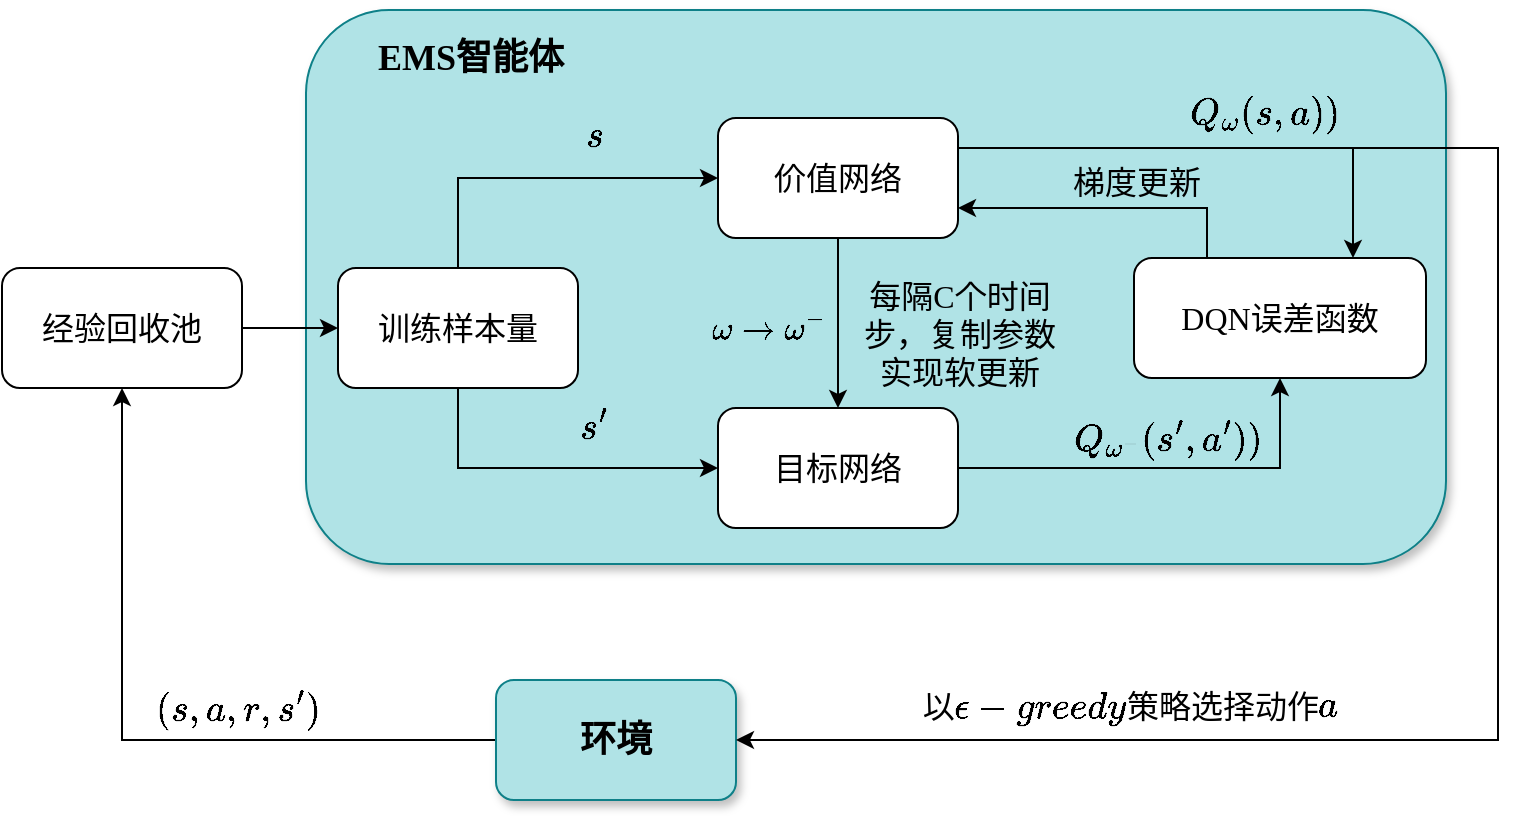
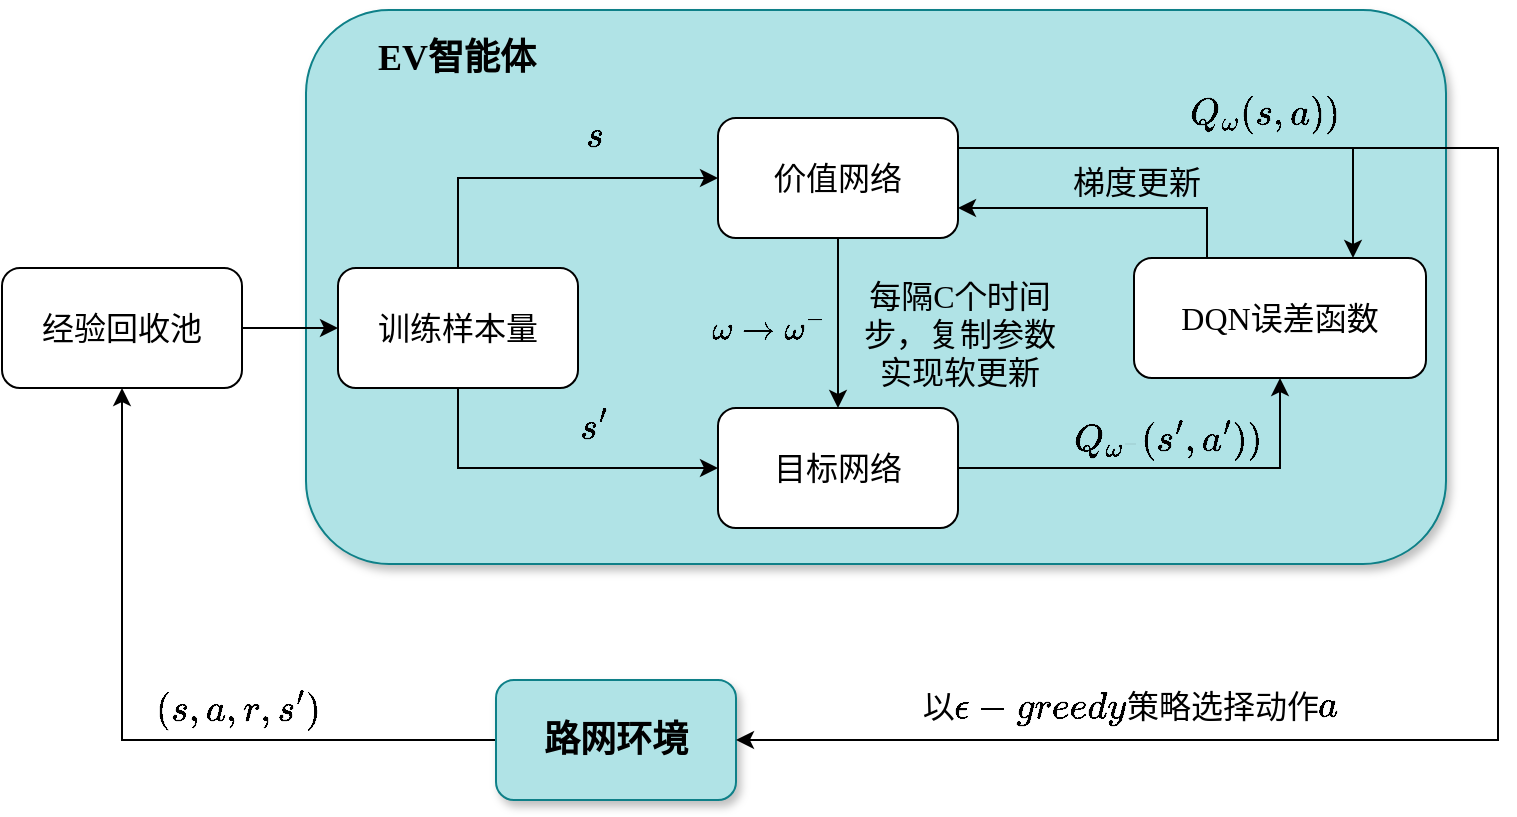
- <mxfile host="app.diagrams.net" agent="Mozilla/5.0 (Windows NT 10.0; Win64; x64) AppleWebKit/537.36 (KHTML, like Gecko) Chrome/135.0.0.0 Safari/537.36" version="26.2.14">
+ <mxfile host="app.diagrams.net" agent="Mozilla/5.0 (Windows NT 10.0; Win64; x64) AppleWebKit/537.36 (KHTML, like Gecko) Chrome/147.0.0.0 Safari/537.36" version="29.3.3">
  <diagram name="Page-1" id="RAVXwbhznxUkLN6Yk3Jf">
-     <mxGraphModel dx="1789" dy="1123" grid="0" gridSize="10" guides="1" tooltips="1" connect="1" arrows="1" fold="1" page="0" pageScale="1" pageWidth="850" pageHeight="1100" math="1" shadow="0">
+     <mxGraphModel dx="1820" dy="1110" grid="0" gridSize="10" guides="1" tooltips="1" connect="1" arrows="1" fold="1" page="0" pageScale="1" pageWidth="850" pageHeight="1100" math="1" shadow="0">
      <root>
        <mxCell id="0" />
        <mxCell id="1" parent="0" />
-         <mxCell id="GGjMn6qALw72xlHJH-n7-1" value="" style="rounded=1;whiteSpace=wrap;html=1;fillStyle=auto;fillColor=#b0e3e6;strokeColor=#0e8088;shadow=1;" parent="1" vertex="1">
-           <mxGeometry x="-176" y="-233" width="570" height="277" as="geometry" />
+         <mxCell id="GGjMn6qALw72xlHJH-n7-1" parent="1" style="rounded=1;whiteSpace=wrap;html=1;fillStyle=auto;fillColor=#b0e3e6;strokeColor=#0e8088;shadow=1;" value="" vertex="1">
+           <mxGeometry height="277" width="570" x="-176" y="-233" as="geometry" />
        </mxCell>
-         <mxCell id="5l3IJHximAr6t7apTjkR-28" style="edgeStyle=orthogonalEdgeStyle;rounded=0;orthogonalLoop=1;jettySize=auto;html=1;exitX=1;exitY=0.5;exitDx=0;exitDy=0;entryX=0;entryY=0.5;entryDx=0;entryDy=0;" parent="1" source="5l3IJHximAr6t7apTjkR-1" target="5l3IJHximAr6t7apTjkR-3" edge="1">
+         <mxCell id="5l3IJHximAr6t7apTjkR-28" edge="1" parent="1" source="5l3IJHximAr6t7apTjkR-1" style="edgeStyle=orthogonalEdgeStyle;rounded=0;orthogonalLoop=1;jettySize=auto;html=1;exitX=1;exitY=0.5;exitDx=0;exitDy=0;entryX=0;entryY=0.5;entryDx=0;entryDy=0;" target="5l3IJHximAr6t7apTjkR-3">
          <mxGeometry relative="1" as="geometry" />
        </mxCell>
-         <mxCell id="5l3IJHximAr6t7apTjkR-1" value="&lt;font face=&quot;JetBrains Mono&quot; data-font-src=&quot;https://fonts.googleapis.com/css?family=JetBrains+Mono&quot; style=&quot;font-size: 16px;&quot;&gt;经验回收池&lt;/font&gt;" style="rounded=1;whiteSpace=wrap;html=1;" parent="1" vertex="1">
-           <mxGeometry x="-328" y="-104" width="120" height="60" as="geometry" />
+         <mxCell id="5l3IJHximAr6t7apTjkR-1" parent="1" style="rounded=1;whiteSpace=wrap;html=1;" value="&lt;font face=&quot;JetBrains Mono&quot; data-font-src=&quot;https://fonts.googleapis.com/css?family=JetBrains+Mono&quot; style=&quot;font-size: 16px;&quot;&gt;经验回收池&lt;/font&gt;" vertex="1">
+           <mxGeometry height="60" width="120" x="-328" y="-104" as="geometry" />
        </mxCell>
-         <mxCell id="5l3IJHximAr6t7apTjkR-10" style="edgeStyle=orthogonalEdgeStyle;rounded=0;orthogonalLoop=1;jettySize=auto;html=1;exitX=0;exitY=0.5;exitDx=0;exitDy=0;entryX=0.5;entryY=1;entryDx=0;entryDy=0;" parent="1" source="5l3IJHximAr6t7apTjkR-2" target="5l3IJHximAr6t7apTjkR-1" edge="1">
+         <mxCell id="5l3IJHximAr6t7apTjkR-10" edge="1" parent="1" source="5l3IJHximAr6t7apTjkR-2" style="edgeStyle=orthogonalEdgeStyle;rounded=0;orthogonalLoop=1;jettySize=auto;html=1;exitX=0;exitY=0.5;exitDx=0;exitDy=0;entryX=0.5;entryY=1;entryDx=0;entryDy=0;" target="5l3IJHximAr6t7apTjkR-1">
          <mxGeometry relative="1" as="geometry" />
        </mxCell>
-         <mxCell id="5l3IJHximAr6t7apTjkR-2" value="&lt;font face=&quot;JetBrains Mono&quot; data-font-src=&quot;https://fonts.googleapis.com/css?family=Jetbrain&quot; style=&quot;color: light-dark(rgb(0, 0, 0), rgb(237, 237, 237)); font-size: 18px;&quot;&gt;&lt;b style=&quot;&quot;&gt;环境&lt;/b&gt;&lt;/font&gt;" style="rounded=1;whiteSpace=wrap;html=1;fillColor=#b0e3e6;strokeColor=#0e8088;shadow=1;glass=0;" parent="1" vertex="1">
-           <mxGeometry x="-81" y="102" width="120" height="60" as="geometry" />
+         <mxCell id="5l3IJHximAr6t7apTjkR-2" parent="1" style="rounded=1;whiteSpace=wrap;html=1;fillColor=#b0e3e6;strokeColor=#0e8088;shadow=1;glass=0;" value="&lt;font face=&quot;JetBrains Mono&quot; data-font-src=&quot;https://fonts.googleapis.com/css?family=Jetbrain&quot; style=&quot;color: light-dark(rgb(0, 0, 0), rgb(237, 237, 237)); font-size: 18px;&quot;&gt;&lt;b style=&quot;&quot;&gt;路网环境&lt;/b&gt;&lt;/font&gt;" vertex="1">
+           <mxGeometry height="60" width="120" x="-81" y="102" as="geometry" />
        </mxCell>
-         <mxCell id="5l3IJHximAr6t7apTjkR-30" style="edgeStyle=orthogonalEdgeStyle;rounded=0;orthogonalLoop=1;jettySize=auto;html=1;exitX=0.5;exitY=0;exitDx=0;exitDy=0;entryX=0;entryY=0.5;entryDx=0;entryDy=0;" parent="1" source="5l3IJHximAr6t7apTjkR-3" target="5l3IJHximAr6t7apTjkR-29" edge="1">
+         <mxCell id="5l3IJHximAr6t7apTjkR-30" edge="1" parent="1" source="5l3IJHximAr6t7apTjkR-3" style="edgeStyle=orthogonalEdgeStyle;rounded=0;orthogonalLoop=1;jettySize=auto;html=1;exitX=0.5;exitY=0;exitDx=0;exitDy=0;entryX=0;entryY=0.5;entryDx=0;entryDy=0;" target="5l3IJHximAr6t7apTjkR-29">
          <mxGeometry relative="1" as="geometry" />
        </mxCell>
-         <mxCell id="5l3IJHximAr6t7apTjkR-31" style="edgeStyle=orthogonalEdgeStyle;rounded=0;orthogonalLoop=1;jettySize=auto;html=1;exitX=0.5;exitY=1;exitDx=0;exitDy=0;entryX=0;entryY=0.5;entryDx=0;entryDy=0;" parent="1" source="5l3IJHximAr6t7apTjkR-3" target="5l3IJHximAr6t7apTjkR-4" edge="1">
+         <mxCell id="5l3IJHximAr6t7apTjkR-31" edge="1" parent="1" source="5l3IJHximAr6t7apTjkR-3" style="edgeStyle=orthogonalEdgeStyle;rounded=0;orthogonalLoop=1;jettySize=auto;html=1;exitX=0.5;exitY=1;exitDx=0;exitDy=0;entryX=0;entryY=0.5;entryDx=0;entryDy=0;" target="5l3IJHximAr6t7apTjkR-4">
          <mxGeometry relative="1" as="geometry" />
        </mxCell>
-         <mxCell id="5l3IJHximAr6t7apTjkR-3" value="&lt;font face=&quot;JetBrains Mono&quot;&gt;&lt;span style=&quot;font-size: 16px;&quot;&gt;训练样本量&lt;/span&gt;&lt;/font&gt;" style="rounded=1;whiteSpace=wrap;html=1;" parent="1" vertex="1">
-           <mxGeometry x="-160" y="-104" width="120" height="60" as="geometry" />
+         <mxCell id="5l3IJHximAr6t7apTjkR-3" parent="1" style="rounded=1;whiteSpace=wrap;html=1;" value="&lt;font face=&quot;JetBrains Mono&quot;&gt;&lt;span style=&quot;font-size: 16px;&quot;&gt;训练样本量&lt;/span&gt;&lt;/font&gt;" vertex="1">
+           <mxGeometry height="60" width="120" x="-160" y="-104" as="geometry" />
        </mxCell>
-         <mxCell id="5l3IJHximAr6t7apTjkR-37" style="edgeStyle=orthogonalEdgeStyle;rounded=0;orthogonalLoop=1;jettySize=auto;html=1;exitX=1;exitY=0.5;exitDx=0;exitDy=0;entryX=0.5;entryY=1;entryDx=0;entryDy=0;" parent="1" source="5l3IJHximAr6t7apTjkR-4" target="5l3IJHximAr6t7apTjkR-5" edge="1">
+         <mxCell id="5l3IJHximAr6t7apTjkR-37" edge="1" parent="1" source="5l3IJHximAr6t7apTjkR-4" style="edgeStyle=orthogonalEdgeStyle;rounded=0;orthogonalLoop=1;jettySize=auto;html=1;exitX=1;exitY=0.5;exitDx=0;exitDy=0;entryX=0.5;entryY=1;entryDx=0;entryDy=0;" target="5l3IJHximAr6t7apTjkR-5">
          <mxGeometry relative="1" as="geometry" />
        </mxCell>
-         <mxCell id="5l3IJHximAr6t7apTjkR-4" value="&lt;span style=&quot;font-size: 16px;&quot;&gt;&lt;font data-font-src=&quot;https://fonts.googleapis.com/css?family=JetBrains+Mono&quot; face=&quot;JetBrains Mono&quot;&gt;目标网络&lt;/font&gt;&lt;/span&gt;" style="rounded=1;whiteSpace=wrap;html=1;" parent="1" vertex="1">
-           <mxGeometry x="30" y="-34" width="120" height="60" as="geometry" />
+         <mxCell id="5l3IJHximAr6t7apTjkR-4" parent="1" style="rounded=1;whiteSpace=wrap;html=1;" value="&lt;span style=&quot;font-size: 16px;&quot;&gt;&lt;font data-font-src=&quot;https://fonts.googleapis.com/css?family=JetBrains+Mono&quot; face=&quot;JetBrains Mono&quot;&gt;目标网络&lt;/font&gt;&lt;/span&gt;" vertex="1">
+           <mxGeometry height="60" width="120" x="30" y="-34" as="geometry" />
        </mxCell>
-         <mxCell id="5l3IJHximAr6t7apTjkR-5" value="&lt;font data-font-src=&quot;https://fonts.googleapis.com/css?family=JetBrains+Mono&quot; face=&quot;JetBrains Mono&quot;&gt;&lt;span style=&quot;font-size: 16px;&quot;&gt;DQN误差函数&lt;/span&gt;&lt;/font&gt;" style="rounded=1;whiteSpace=wrap;html=1;fontFamily=Jetbrain;fontSource=https%3A%2F%2Ffonts.googleapis.com%2Fcss%3Ffamily%3DJetbrain;" parent="1" vertex="1">
-           <mxGeometry x="238" y="-109" width="146" height="60" as="geometry" />
+         <mxCell id="5l3IJHximAr6t7apTjkR-5" parent="1" style="rounded=1;whiteSpace=wrap;html=1;fontFamily=Jetbrain;fontSource=https%3A%2F%2Ffonts.googleapis.com%2Fcss%3Ffamily%3DJetbrain;" value="&lt;font data-font-src=&quot;https://fonts.googleapis.com/css?family=JetBrains+Mono&quot; face=&quot;JetBrains Mono&quot;&gt;&lt;span style=&quot;font-size: 16px;&quot;&gt;DQN误差函数&lt;/span&gt;&lt;/font&gt;" vertex="1">
+           <mxGeometry height="60" width="146" x="238" y="-109" as="geometry" />
        </mxCell>
-         <mxCell id="5l3IJHximAr6t7apTjkR-18" value="$$(s,a,r,s&#39;)$$" style="text;html=1;align=center;verticalAlign=middle;whiteSpace=wrap;rounded=0;fontSize=16;" parent="1" vertex="1">
-           <mxGeometry x="-240" y="102" width="60" height="30" as="geometry" />
+         <mxCell id="5l3IJHximAr6t7apTjkR-18" parent="1" style="text;html=1;align=center;verticalAlign=middle;whiteSpace=wrap;rounded=0;fontSize=16;" value="$$(s,a,r,s&#39;)$$" vertex="1">
+           <mxGeometry height="30" width="60" x="-240" y="102" as="geometry" />
        </mxCell>
-         <mxCell id="5l3IJHximAr6t7apTjkR-19" value="&lt;font&gt;$$s$$&lt;/font&gt;" style="text;html=1;align=center;verticalAlign=middle;whiteSpace=wrap;rounded=0;fontSize=16;" parent="1" vertex="1">
-           <mxGeometry x="-62" y="-185" width="60" height="30" as="geometry" />
+         <mxCell id="5l3IJHximAr6t7apTjkR-19" parent="1" style="text;html=1;align=center;verticalAlign=middle;whiteSpace=wrap;rounded=0;fontSize=16;" value="&lt;font&gt;$$s$$&lt;/font&gt;" vertex="1">
+           <mxGeometry height="30" width="60" x="-62" y="-185" as="geometry" />
        </mxCell>
-         <mxCell id="5l3IJHximAr6t7apTjkR-20" value="&lt;font style=&quot;font-size: 16px;&quot; data-font-src=&quot;https://fonts.googleapis.com/css?family=JetBrains+Mono&quot; face=&quot;JetBrains Mono&quot;&gt;梯度更新&lt;/font&gt;" style="text;html=1;align=center;verticalAlign=middle;whiteSpace=wrap;rounded=0;" parent="1" vertex="1">
-           <mxGeometry x="195" y="-162" width="89" height="30" as="geometry" />
+         <mxCell id="5l3IJHximAr6t7apTjkR-20" parent="1" style="text;html=1;align=center;verticalAlign=middle;whiteSpace=wrap;rounded=0;" value="&lt;font style=&quot;font-size: 16px;&quot; data-font-src=&quot;https://fonts.googleapis.com/css?family=JetBrains+Mono&quot; face=&quot;JetBrains Mono&quot;&gt;梯度更新&lt;/font&gt;" vertex="1">
+           <mxGeometry height="30" width="89" x="195" y="-162" as="geometry" />
        </mxCell>
-         <mxCell id="5l3IJHximAr6t7apTjkR-24" value="以\(\epsilon-greedy\)策略选择动作\(a\)" style="text;html=1;align=center;verticalAlign=middle;whiteSpace=wrap;rounded=0;fontSize=16;" parent="1" vertex="1">
-           <mxGeometry x="121" y="90" width="231" height="49" as="geometry" />
+         <mxCell id="5l3IJHximAr6t7apTjkR-24" parent="1" style="text;html=1;align=center;verticalAlign=middle;whiteSpace=wrap;rounded=0;fontSize=16;" value="以\(\epsilon-greedy\)策略选择动作\(a\)" vertex="1">
+           <mxGeometry height="49" width="231" x="121" y="90" as="geometry" />
        </mxCell>
-         <mxCell id="5l3IJHximAr6t7apTjkR-33" style="edgeStyle=orthogonalEdgeStyle;rounded=0;orthogonalLoop=1;jettySize=auto;html=1;exitX=0.25;exitY=0;exitDx=0;exitDy=0;entryX=1;entryY=0.75;entryDx=0;entryDy=0;" parent="1" source="5l3IJHximAr6t7apTjkR-5" target="5l3IJHximAr6t7apTjkR-29" edge="1">
+         <mxCell id="5l3IJHximAr6t7apTjkR-33" edge="1" parent="1" source="5l3IJHximAr6t7apTjkR-5" style="edgeStyle=orthogonalEdgeStyle;rounded=0;orthogonalLoop=1;jettySize=auto;html=1;exitX=0.25;exitY=0;exitDx=0;exitDy=0;entryX=1;entryY=0.75;entryDx=0;entryDy=0;" target="5l3IJHximAr6t7apTjkR-29">
          <mxGeometry relative="1" as="geometry" />
        </mxCell>
-         <mxCell id="5l3IJHximAr6t7apTjkR-34" style="edgeStyle=orthogonalEdgeStyle;rounded=0;orthogonalLoop=1;jettySize=auto;html=1;exitX=1;exitY=0.25;exitDx=0;exitDy=0;entryX=0.75;entryY=0;entryDx=0;entryDy=0;" parent="1" source="5l3IJHximAr6t7apTjkR-29" target="5l3IJHximAr6t7apTjkR-5" edge="1">
+         <mxCell id="5l3IJHximAr6t7apTjkR-34" edge="1" parent="1" source="5l3IJHximAr6t7apTjkR-29" style="edgeStyle=orthogonalEdgeStyle;rounded=0;orthogonalLoop=1;jettySize=auto;html=1;exitX=1;exitY=0.25;exitDx=0;exitDy=0;entryX=0.75;entryY=0;entryDx=0;entryDy=0;" target="5l3IJHximAr6t7apTjkR-5">
          <mxGeometry relative="1" as="geometry" />
        </mxCell>
-         <mxCell id="5l3IJHximAr6t7apTjkR-35" style="edgeStyle=orthogonalEdgeStyle;rounded=0;orthogonalLoop=1;jettySize=auto;html=1;exitX=0.5;exitY=1;exitDx=0;exitDy=0;entryX=0.5;entryY=0;entryDx=0;entryDy=0;" parent="1" source="5l3IJHximAr6t7apTjkR-29" target="5l3IJHximAr6t7apTjkR-4" edge="1">
+         <mxCell id="5l3IJHximAr6t7apTjkR-35" edge="1" parent="1" source="5l3IJHximAr6t7apTjkR-29" style="edgeStyle=orthogonalEdgeStyle;rounded=0;orthogonalLoop=1;jettySize=auto;html=1;exitX=0.5;exitY=1;exitDx=0;exitDy=0;entryX=0.5;entryY=0;entryDx=0;entryDy=0;" target="5l3IJHximAr6t7apTjkR-4">
          <mxGeometry relative="1" as="geometry" />
        </mxCell>
-         <mxCell id="5l3IJHximAr6t7apTjkR-29" value="&lt;span style=&quot;font-size: 16px;&quot;&gt;&lt;font data-font-src=&quot;https://fonts.googleapis.com/css?family=JetBrains+Mono&quot; face=&quot;JetBrains Mono&quot;&gt;价值网络&lt;/font&gt;&lt;/span&gt;" style="rounded=1;whiteSpace=wrap;html=1;" parent="1" vertex="1">
-           <mxGeometry x="30" y="-179" width="120" height="60" as="geometry" />
+         <mxCell id="5l3IJHximAr6t7apTjkR-29" parent="1" style="rounded=1;whiteSpace=wrap;html=1;" value="&lt;span style=&quot;font-size: 16px;&quot;&gt;&lt;font data-font-src=&quot;https://fonts.googleapis.com/css?family=JetBrains+Mono&quot; face=&quot;JetBrains Mono&quot;&gt;价值网络&lt;/font&gt;&lt;/span&gt;" vertex="1">
+           <mxGeometry height="60" width="120" x="30" y="-179" as="geometry" />
        </mxCell>
-         <mxCell id="5l3IJHximAr6t7apTjkR-32" value="&lt;font&gt;$$s&#39;$$&lt;/font&gt;" style="text;html=1;align=center;verticalAlign=middle;whiteSpace=wrap;rounded=0;fontSize=16;" parent="1" vertex="1">
-           <mxGeometry x="-62" y="-40" width="60" height="30" as="geometry" />
+         <mxCell id="5l3IJHximAr6t7apTjkR-32" parent="1" style="text;html=1;align=center;verticalAlign=middle;whiteSpace=wrap;rounded=0;fontSize=16;" value="&lt;font&gt;$$s&#39;$$&lt;/font&gt;" vertex="1">
+           <mxGeometry height="30" width="60" x="-62" y="-40" as="geometry" />
        </mxCell>
-         <mxCell id="5l3IJHximAr6t7apTjkR-36" value="&lt;font style=&quot;font-size: 16px;&quot; face=&quot;JetBrains Mono&quot;&gt;每隔C个时间步，复制参数实现软更新&lt;/font&gt;" style="text;html=1;align=center;verticalAlign=middle;whiteSpace=wrap;rounded=0;" parent="1" vertex="1">
-           <mxGeometry x="97" y="-93" width="108" height="44" as="geometry" />
+         <mxCell id="5l3IJHximAr6t7apTjkR-36" parent="1" style="text;html=1;align=center;verticalAlign=middle;whiteSpace=wrap;rounded=0;" value="&lt;font style=&quot;font-size: 16px;&quot; face=&quot;JetBrains Mono&quot;&gt;每隔C个时间步，复制参数实现软更新&lt;/font&gt;" vertex="1">
+           <mxGeometry height="44" width="108" x="97" y="-93" as="geometry" />
        </mxCell>
-         <mxCell id="5l3IJHximAr6t7apTjkR-42" style="edgeStyle=orthogonalEdgeStyle;rounded=0;orthogonalLoop=1;jettySize=auto;html=1;entryX=1;entryY=0.5;entryDx=0;entryDy=0;" parent="1" target="5l3IJHximAr6t7apTjkR-2" edge="1">
+         <mxCell id="5l3IJHximAr6t7apTjkR-42" edge="1" parent="1" style="edgeStyle=orthogonalEdgeStyle;rounded=0;orthogonalLoop=1;jettySize=auto;html=1;entryX=1;entryY=0.5;entryDx=0;entryDy=0;" target="5l3IJHximAr6t7apTjkR-2">
          <mxGeometry relative="1" as="geometry">
-             <mxPoint x="348" y="-164" as="sourcePoint" />
            <Array as="points">
              <mxPoint x="420" y="-164" />
              <mxPoint x="420" y="132" />
            </Array>
+             <mxPoint x="348" y="-164" as="sourcePoint" />
          </mxGeometry>
        </mxCell>
-         <mxCell id="5l3IJHximAr6t7apTjkR-38" value="$$Q_{\omega}(s,a))$$" style="text;html=1;align=center;verticalAlign=middle;whiteSpace=wrap;rounded=0;fontSize=16;" parent="1" vertex="1">
-           <mxGeometry x="264" y="-201" width="79" height="39" as="geometry" />
+         <mxCell id="5l3IJHximAr6t7apTjkR-38" parent="1" style="text;html=1;align=center;verticalAlign=middle;whiteSpace=wrap;rounded=0;fontSize=16;" value="$$Q_{\omega}(s,a))$$" vertex="1">
+           <mxGeometry height="39" width="79" x="264" y="-201" as="geometry" />
        </mxCell>
-         <mxCell id="5l3IJHximAr6t7apTjkR-39" value="$$Q_{\omega^-}(s&#39;,a&#39;))$$" style="text;html=1;align=center;verticalAlign=middle;whiteSpace=wrap;rounded=0;fontSize=16;" parent="1" vertex="1">
-           <mxGeometry x="188" y="-62" width="135" height="88" as="geometry" />
+         <mxCell id="5l3IJHximAr6t7apTjkR-39" parent="1" style="text;html=1;align=center;verticalAlign=middle;whiteSpace=wrap;rounded=0;fontSize=16;" value="$$Q_{\omega^-}(s&#39;,a&#39;))$$" vertex="1">
+           <mxGeometry height="88" width="135" x="188" y="-62" as="geometry" />
        </mxCell>
-         <mxCell id="5l3IJHximAr6t7apTjkR-40" value="&lt;span style=&quot;font-family: &amp;quot;JetBrains Mono&amp;quot;;&quot;&gt;$$\omega \rightarrow \omega^-$$&lt;/span&gt;" style="text;html=1;align=center;verticalAlign=middle;whiteSpace=wrap;rounded=0;fontSize=16;" parent="1" vertex="1">
-           <mxGeometry x="2" y="-96" width="108" height="44" as="geometry" />
+         <mxCell id="5l3IJHximAr6t7apTjkR-40" parent="1" style="text;html=1;align=center;verticalAlign=middle;whiteSpace=wrap;rounded=0;fontSize=16;" value="&lt;span style=&quot;font-family: &amp;quot;JetBrains Mono&amp;quot;;&quot;&gt;$$\omega \rightarrow \omega^-$$&lt;/span&gt;" vertex="1">
+           <mxGeometry height="44" width="108" x="2" y="-96" as="geometry" />
        </mxCell>
-         <mxCell id="GGjMn6qALw72xlHJH-n7-240" value="&lt;b style=&quot;forced-color-adjust: none; color: rgb(0, 0, 0); font-family: &amp;quot;JetBrains Mono&amp;quot;; font-style: normal; font-variant-ligatures: normal; font-variant-caps: normal; letter-spacing: normal; orphans: 2; text-align: center; text-indent: 0px; text-transform: none; widows: 2; word-spacing: 0px; -webkit-text-stroke-width: 0px; white-space: normal; text-decoration-thickness: initial; text-decoration-style: initial; text-decoration-color: initial;&quot;&gt;&lt;font style=&quot;font-size: 18px;&quot;&gt;EMS智能体&lt;/font&gt;&lt;/b&gt;" style="text;whiteSpace=wrap;html=1;labelBackgroundColor=none;" parent="1" vertex="1">
-           <mxGeometry x="-142" y="-226" width="122" height="41" as="geometry" />
+         <mxCell id="GGjMn6qALw72xlHJH-n7-240" parent="1" style="text;whiteSpace=wrap;html=1;labelBackgroundColor=none;" value="&lt;b style=&quot;forced-color-adjust: none; color: rgb(0, 0, 0); font-family: &amp;quot;JetBrains Mono&amp;quot;; font-style: normal; font-variant-ligatures: normal; font-variant-caps: normal; letter-spacing: normal; orphans: 2; text-align: center; text-indent: 0px; text-transform: none; widows: 2; word-spacing: 0px; -webkit-text-stroke-width: 0px; white-space: normal; text-decoration-thickness: initial; text-decoration-style: initial; text-decoration-color: initial;&quot;&gt;&lt;font style=&quot;font-size: 18px;&quot;&gt;EV智能体&lt;/font&gt;&lt;/b&gt;" vertex="1">
+           <mxGeometry height="41" width="122" x="-142" y="-226" as="geometry" />
        </mxCell>
      </root>
    </mxGraphModel>
  </diagram>
</mxfile>
